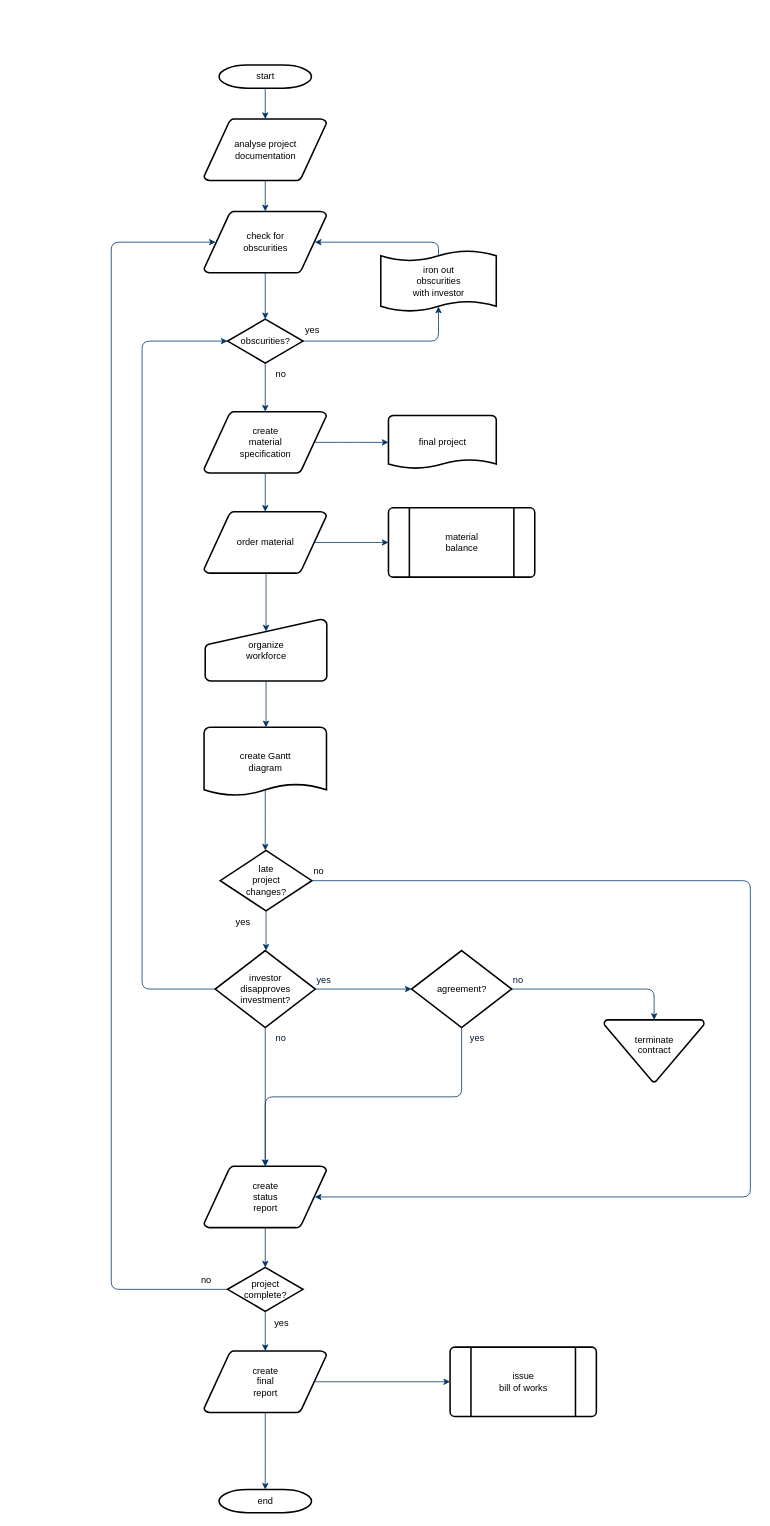
This is Untitled Diagram.drawio from petterkrupp/OnlineRepository, a draw.io file, before an edit. Source tidied: cells renumbered, new cells numbered last; positions are measured from the earlier drawing's top-left corner, leaving out a move shared by most shapes. Both pictures are drawn from the tidied source at 77%, with x=0, y=0 at pixel (111, 65).
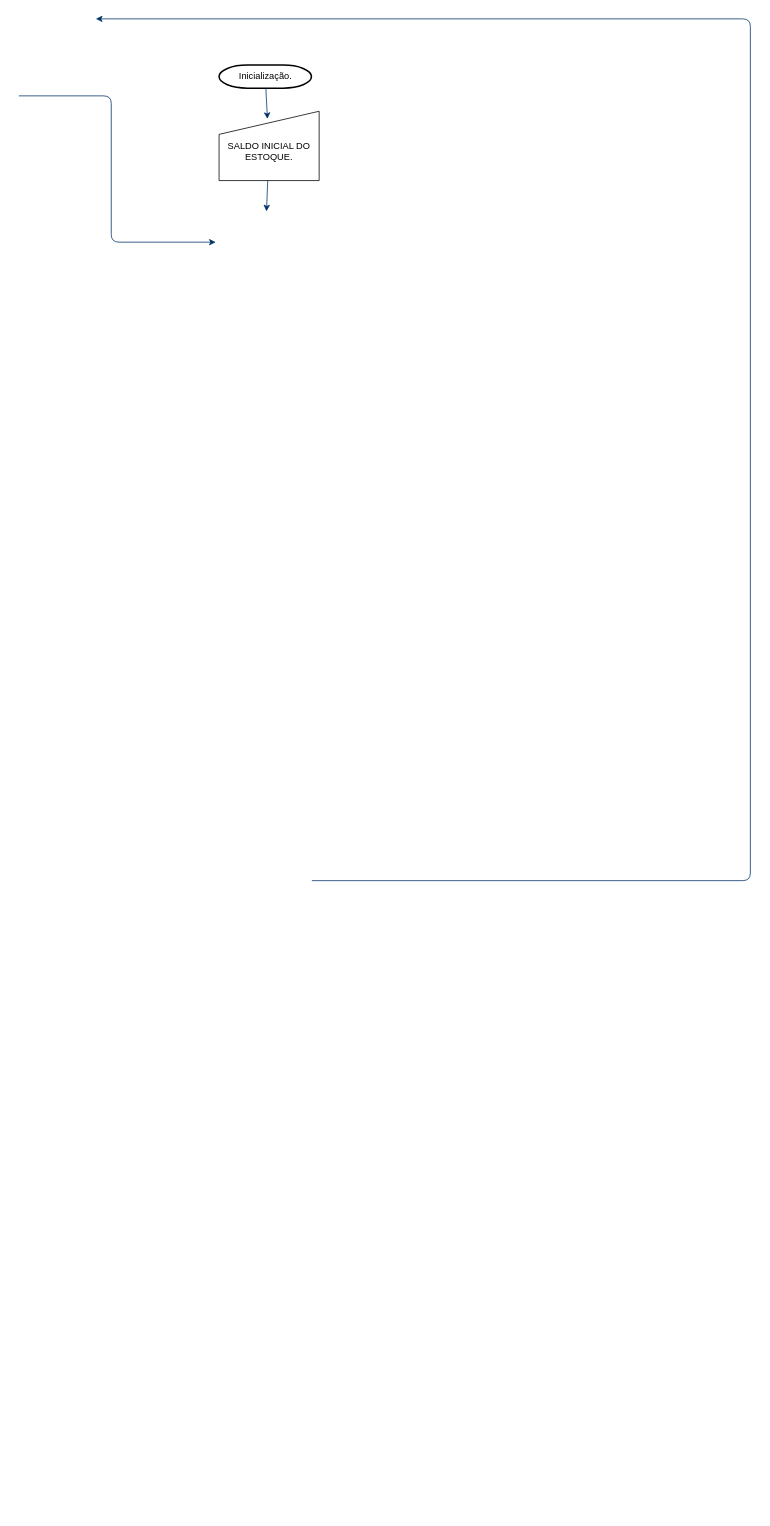
Above is the later version.

The edit, as a diff of the source:
```diff
@@
-    <mxCell id="2" value="start" style="shape=mxgraph.flowchart.terminator;strokeWidth=2;gradientColor=none;gradientDirection=north;fontStyle=0;html=1;" parent="1" vertex="1">
+    <mxCell id="2" value="Inicialização." style="shape=mxgraph.flowchart.terminator;strokeWidth=2;gradientColor=none;gradientDirection=north;fontStyle=0;html=1;" parent="1" vertex="1">
       <mxGeometry x="140" width="120" height="30" as="geometry" />
     </mxCell>
-    <mxCell id="3" value="analyse project&#10; documentation" style="shape=mxgraph.flowchart.data;strokeWidth=2;gradientColor=none;gradientDirection=north;fontStyle=0;html=1;" parent="1" vertex="1">
-      <mxGeometry x="120.5" y="70" width="159" height="80" as="geometry" />
-    </mxCell>
-    <mxCell id="4" value="create&#10;material&#10;specification" style="shape=mxgraph.flowchart.data;strokeWidth=2;gradientColor=none;gradientDirection=north;fontStyle=0;html=1;" parent="1" vertex="1">
-      <mxGeometry x="120.5" y="450" width="159" height="80" as="geometry" />
-    </mxCell>
-    <mxCell id="5" value="check for&#10;obscurities" style="shape=mxgraph.flowchart.data;strokeWidth=2;gradientColor=none;gradientDirection=north;fontStyle=0;html=1;" parent="1" vertex="1">
-      <mxGeometry x="120.5" y="190" width="159" height="80" as="geometry" />
-    </mxCell>
-    <mxCell id="6" value="obscurities?" style="shape=mxgraph.flowchart.decision;strokeWidth=2;gradientColor=none;gradientDirection=north;fontStyle=0;html=1;" parent="1" vertex="1">
-      <mxGeometry x="151" y="330" width="98" height="57" as="geometry" />
-    </mxCell>
-    <mxCell id="7" style="fontStyle=1;strokeColor=#003366;strokeWidth=1;html=1;" parent="1" edge="1" source="2" target="3">
-      <mxGeometry relative="1" as="geometry" />
+    <mxCell id="7" style="fontStyle=1;strokeColor=#003366;strokeWidth=1;html=1;" parent="1" edge="1" source="2">
+      <mxGeometry relative="1" as="geometry">
+        <mxPoint x="202.8" y="70" as="targetPoint" />
+      </mxGeometry>
     </mxCell>
-    <mxCell id="8" style="fontStyle=1;strokeColor=#003366;strokeWidth=1;html=1;" parent="1" edge="1" source="3" target="5">
-      <mxGeometry relative="1" as="geometry" />
+    <mxCell id="8" style="fontStyle=1;strokeColor=#003366;strokeWidth=1;html=1;" parent="1" edge="1">
+      <mxGeometry relative="1" as="geometry">
+        <mxPoint x="203.2" y="150" as="sourcePoint" />
+        <mxPoint x="201.6" y="190" as="targetPoint" />
+      </mxGeometry>
     </mxCell>
-    <mxCell id="9" style="entryX=0.5;entryY=0;entryPerimeter=0;fontStyle=1;strokeColor=#003366;strokeWidth=1;html=1;" parent="1" edge="1" source="5" target="6">
-      <mxGeometry relative="1" as="geometry" />
-    </mxCell>
-    <mxCell id="10" style="edgeStyle=elbowEdgeStyle;elbow=horizontal;entryX=0.5;entryY=0.91;entryPerimeter=0;exitX=1;exitY=0.5;exitPerimeter=0;fontStyle=1;strokeColor=#003366;strokeWidth=1;html=1;" parent="1" edge="1" source="6" target="51">
-      <mxGeometry x="381" y="28.5" as="geometry">
-        <Array as="points">
-          <mxPoint x="425" y="340" />
-        </Array>
-      </mxGeometry>
-    </mxCell>
-    <mxCell id="11" value="yes" style="text;fontStyle=0;html=1;strokeColor=none;gradientColor=none;fillColor=none;strokeWidth=2;" parent="1" vertex="1">
-      <mxGeometry x="250" y="330" width="40" height="26" as="geometry" />
-    </mxCell>
-    <mxCell id="12" style="edgeStyle=elbowEdgeStyle;elbow=horizontal;fontColor=#001933;fontStyle=1;strokeColor=#003366;strokeWidth=1;html=1;" parent="1" edge="1" source="6" target="4">
-      <mxGeometry as="geometry" />
-    </mxCell>
-    <mxCell id="13" value="order material" style="shape=mxgraph.flowchart.data;strokeWidth=2;gradientColor=none;gradientDirection=north;fontStyle=0;html=1;" parent="1" vertex="1">
-      <mxGeometry x="120.5" y="580" width="159" height="80" as="geometry" />
-    </mxCell>
-    <mxCell id="14" value="no" style="text;fontStyle=0;html=1;strokeColor=none;gradientColor=none;fillColor=none;strokeWidth=2;align=center;" parent="1" vertex="1">
-      <mxGeometry x="200" y="387" width="40" height="26" as="geometry" />
-    </mxCell>
-    <mxCell id="15" value="final project" style="shape=mxgraph.flowchart.document;strokeWidth=2;gradientColor=none;gradientDirection=north;fontStyle=0;html=1;" parent="1" vertex="1">
-      <mxGeometry x="360" y="455" width="140" height="70" as="geometry" />
-    </mxCell>
-    <mxCell id="16" style="edgeStyle=elbowEdgeStyle;elbow=horizontal;exitX=0.905;exitY=0.5;exitPerimeter=0;fontStyle=1;strokeColor=#003366;strokeWidth=1;html=1;" parent="1" edge="1" source="4" target="15">
-      <mxGeometry as="geometry" />
-    </mxCell>
-    <mxCell id="17" style="edgeStyle=elbowEdgeStyle;elbow=horizontal;fontStyle=1;strokeColor=#003366;strokeWidth=1;html=1;" parent="1" edge="1" source="4" target="13">
-      <mxGeometry as="geometry" />
-    </mxCell>
-    <mxCell id="18" value="material&#10;balance" style="shape=mxgraph.flowchart.predefined_process;strokeWidth=2;gradientColor=none;gradientDirection=north;fontStyle=0;html=1;" parent="1" vertex="1">
-      <mxGeometry x="360" y="575" width="190" height="90" as="geometry" />
-    </mxCell>
-    <mxCell id="19" style="edgeStyle=elbowEdgeStyle;elbow=horizontal;exitX=0.905;exitY=0.5;exitPerimeter=0;fontStyle=1;strokeColor=#003366;strokeWidth=1;html=1;" parent="1" edge="1" source="13" target="18">
-      <mxGeometry as="geometry" />
-    </mxCell>
-    <mxCell id="20" value="organize &#10;workforce" style="shape=mxgraph.flowchart.manual_input;strokeWidth=2;gradientColor=none;gradientDirection=north;fontStyle=0;html=1;" parent="1" vertex="1">
-      <mxGeometry x="122" y="720" width="158" height="80" as="geometry" />
-    </mxCell>
-    <mxCell id="21" style="edgeStyle=elbowEdgeStyle;elbow=horizontal;entryX=0.5;entryY=0.195;entryPerimeter=0;fontStyle=1;strokeColor=#003366;strokeWidth=1;html=1;" parent="1" edge="1" source="13" target="20">
-      <mxGeometry as="geometry" />
-    </mxCell>
-    <mxCell id="22" value="create Gantt&#10;diagram" style="shape=mxgraph.flowchart.document;strokeWidth=2;gradientColor=none;gradientDirection=north;fontStyle=0;html=1;" parent="1" vertex="1">
-      <mxGeometry x="120.5" y="860" width="159" height="90" as="geometry" />
-    </mxCell>
-    <mxCell id="23" style="edgeStyle=elbowEdgeStyle;elbow=horizontal;exitX=0.5;exitY=1;exitPerimeter=0;fontStyle=1;strokeColor=#003366;strokeWidth=1;html=1;" parent="1" edge="1" source="20" target="22">
-      <mxGeometry as="geometry" />
-    </mxCell>
-    <mxCell id="24" value="late&#10;project&#10;changes?" style="shape=mxgraph.flowchart.decision;strokeWidth=2;gradientColor=none;gradientDirection=north;fontStyle=0;html=1;" parent="1" vertex="1">
-      <mxGeometry x="141.5" y="1020" width="119" height="78.5" as="geometry" />
-    </mxCell>
-    <mxCell id="25" style="edgeStyle=elbowEdgeStyle;elbow=horizontal;exitX=0.5;exitY=0.9;exitPerimeter=0;fontStyle=1;strokeColor=#003366;strokeWidth=1;html=1;" parent="1" edge="1" source="22" target="24">
-      <mxGeometry as="geometry" />
-    </mxCell>
-    <mxCell id="26" style="edgeStyle=elbowEdgeStyle;elbow=horizontal;exitX=0;exitY=0.5;exitPerimeter=0;entryX=0;entryY=0.5;entryPerimeter=0;fontStyle=1;strokeColor=#003366;strokeWidth=1;html=1;" parent="1" edge="1" source="28" target="6">
-      <mxGeometry as="geometry">
-        <Array as="points">
-          <mxPoint x="40" y="790" />
-        </Array>
-      </mxGeometry>
-    </mxCell>
-    <mxCell id="27" value="yes" style="text;fontStyle=0;html=1;strokeColor=none;gradientColor=none;fillColor=none;strokeWidth=2;" parent="1" vertex="1">
-      <mxGeometry x="160" y="1098.5" width="40" height="26" as="geometry" />
-    </mxCell>
-    <mxCell id="28" value="investor&#10;disapproves&#10; investment?" style="shape=mxgraph.flowchart.decision;strokeWidth=2;gradientColor=none;gradientDirection=north;fontStyle=0;html=1;" parent="1" vertex="1">
-      <mxGeometry x="135" y="1150" width="130" height="100" as="geometry" />
-    </mxCell>
-    <mxCell id="29" value="agreement?" style="shape=mxgraph.flowchart.decision;strokeWidth=2;gradientColor=none;gradientDirection=north;fontStyle=0;html=1;" parent="1" vertex="1">
-      <mxGeometry x="390" y="1150" width="130" height="100" as="geometry" />
-    </mxCell>
-    <mxCell id="30" style="edgeStyle=elbowEdgeStyle;elbow=horizontal;exitX=0.5;exitY=1;exitPerimeter=0;fontStyle=1;strokeColor=#003366;strokeWidth=1;html=1;" parent="1" edge="1" source="24" target="28">
-      <mxGeometry as="geometry" />
-    </mxCell>
-    <mxCell id="31" style="edgeStyle=elbowEdgeStyle;elbow=horizontal;exitX=1;exitY=0.5;exitPerimeter=0;entryX=0;entryY=0.5;entryPerimeter=0;fontStyle=1;strokeColor=#003366;strokeWidth=1;html=1;" parent="1" edge="1" source="28" target="29">
-      <mxGeometry as="geometry" />
-    </mxCell>
-    <mxCell id="32" value="terminate&#10;contract&#10;" style="shape=mxgraph.flowchart.merge_or_storage;strokeWidth=2;gradientColor=none;gradientDirection=north;fontStyle=0;html=1;" parent="1" vertex="1">
-      <mxGeometry x="640" y="1240" width="130" height="80.5" as="geometry" />
-    </mxCell>
-    <mxCell id="33" style="edgeStyle=elbowEdgeStyle;elbow=vertical;exitX=1;exitY=0.5;exitPerimeter=0;entryX=0.5;entryY=0;entryPerimeter=0;fontStyle=1;strokeColor=#003366;strokeWidth=1;html=1;" parent="1" edge="1" source="29" target="32">
-      <mxGeometry as="geometry">
-        <Array as="points">
-          <mxPoint x="620" y="1200" />
-        </Array>
-      </mxGeometry>
-    </mxCell>
-    <mxCell id="34" value="create&#10;status&#10;report" style="shape=mxgraph.flowchart.data;strokeWidth=2;gradientColor=none;gradientDirection=north;fontStyle=0;html=1;" parent="1" vertex="1">
-      <mxGeometry x="120.5" y="1430" width="159" height="80" as="geometry" />
-    </mxCell>
-    <mxCell id="35" style="edgeStyle=elbowEdgeStyle;elbow=vertical;exitX=0.5;exitY=1;exitPerimeter=0;fontColor=#001933;fontStyle=1;strokeColor=#003366;strokeWidth=1;html=1;" parent="1" edge="1" source="28" target="34">
-      <mxGeometry as="geometry" />
-    </mxCell>
-    <mxCell id="36" style="edgeStyle=elbowEdgeStyle;elbow=vertical;exitX=0.5;exitY=1;exitPerimeter=0;entryX=0.5;entryY=0;entryPerimeter=0;fontStyle=1;strokeColor=#003366;strokeWidth=1;html=1;" parent="1" edge="1" source="29" target="34">
-      <mxGeometry as="geometry" />
-    </mxCell>
-    <mxCell id="37" value="project&#10;complete?" style="shape=mxgraph.flowchart.decision;strokeWidth=2;gradientColor=none;gradientDirection=north;fontStyle=0;html=1;" parent="1" vertex="1">
-      <mxGeometry x="151" y="1561.5" width="98" height="57" as="geometry" />
-    </mxCell>
-    <mxCell id="38" value="create&#10;final&#10;report" style="shape=mxgraph.flowchart.data;strokeWidth=2;gradientColor=none;gradientDirection=north;fontStyle=0;html=1;" parent="1" vertex="1">
-      <mxGeometry x="120.5" y="1670" width="159" height="80" as="geometry" />
-    </mxCell>
-    <mxCell id="39" value="issue&#10;bill of works" style="shape=mxgraph.flowchart.predefined_process;strokeWidth=2;gradientColor=none;gradientDirection=north;fontStyle=0;html=1;" parent="1" vertex="1">
-      <mxGeometry x="440" y="1665" width="190" height="90" as="geometry" />
-    </mxCell>
-    <mxCell id="40" value="end" style="shape=mxgraph.flowchart.terminator;strokeWidth=2;gradientColor=none;gradientDirection=north;fontStyle=0;html=1;" parent="1" vertex="1">
-      <mxGeometry x="140" y="1850" width="120" height="30" as="geometry" />
-    </mxCell>
-    <mxCell id="41" style="edgeStyle=elbowEdgeStyle;elbow=vertical;exitX=0.5;exitY=1;exitPerimeter=0;entryX=0.5;entryY=0;entryPerimeter=0;fontStyle=1;strokeColor=#003366;strokeWidth=1;html=1;" parent="1" edge="1" source="34" target="37">
-      <mxGeometry as="geometry" />
-    </mxCell>
-    <mxCell id="42" style="edgeStyle=elbowEdgeStyle;elbow=vertical;exitX=0.5;exitY=1;exitPerimeter=0;entryX=0.5;entryY=0;entryPerimeter=0;fontStyle=1;strokeColor=#003366;strokeWidth=1;html=1;" parent="1" edge="1" source="37" target="38">
-      <mxGeometry as="geometry" />
-    </mxCell>
-    <mxCell id="43" style="edgeStyle=elbowEdgeStyle;elbow=vertical;exitX=0.5;exitY=1;exitPerimeter=0;entryX=0.5;entryY=0;entryPerimeter=0;fontStyle=1;strokeColor=#003366;strokeWidth=1;html=1;" parent="1" edge="1" source="38" target="40">
-      <mxGeometry as="geometry" />
-    </mxCell>
-    <mxCell id="44" style="edgeStyle=elbowEdgeStyle;elbow=vertical;exitX=0.905;exitY=0.5;exitPerimeter=0;entryX=0;entryY=0.5;entryPerimeter=0;fontStyle=1;strokeColor=#003366;strokeWidth=1;html=1;" parent="1" edge="1" source="38" target="39">
-      <mxGeometry as="geometry" />
-    </mxCell>
-    <mxCell id="45" style="edgeStyle=elbowEdgeStyle;elbow=horizontal;exitX=1;exitY=0.5;exitPerimeter=0;entryX=0.905;entryY=0.5;entryPerimeter=0;fontStyle=1;strokeColor=#003366;strokeWidth=1;html=1;" parent="1" edge="1" source="24" target="34">
+    <mxCell id="45" style="edgeStyle=elbowEdgeStyle;elbow=horizontal;exitX=1;exitY=0.5;exitPerimeter=0;entryX=0.905;entryY=0.5;entryPerimeter=0;fontStyle=1;strokeColor=#003366;strokeWidth=1;html=1;" parent="1" edge="1">
       <mxGeometry as="geometry">
+        <mxPoint x="260.5" y="1059.2" as="sourcePoint" />
+        <mxPoint x="-20" y="-60" as="targetPoint" />
         <Array as="points">
           <mxPoint x="830" y="1260" />
         </Array>
       </mxGeometry>
     </mxCell>
-    <mxCell id="46" value="no" style="text;fontStyle=0;html=1;strokeColor=none;gradientColor=none;fillColor=none;strokeWidth=2;" parent="1" vertex="1">
-      <mxGeometry x="260.5" y="1033.2" width="40" height="26" as="geometry" />
-    </mxCell>
-    <mxCell id="47" value="yes" style="text;fontColor=#001933;fontStyle=0;html=1;strokeColor=none;gradientColor=none;fillColor=none;strokeWidth=2;" parent="1" vertex="1">
-      <mxGeometry x="265" y="1174" width="40" height="26" as="geometry" />
-    </mxCell>
-    <mxCell id="48" value="no" style="text;fontColor=#001933;fontStyle=0;html=1;strokeColor=none;gradientColor=none;fillColor=none;strokeWidth=2;align=center;" parent="1" vertex="1">
-      <mxGeometry x="200" y="1250" width="40" height="26" as="geometry" />
-    </mxCell>
-    <mxCell id="49" value="yes" style="text;fontColor=#001933;fontStyle=0;html=1;strokeColor=none;gradientColor=none;fillColor=none;strokeWidth=2;align=center;" parent="1" vertex="1">
-      <mxGeometry x="455" y="1250" width="40" height="26" as="geometry" />
-    </mxCell>
-    <mxCell id="50" value="no" style="text;fontColor=#001933;fontStyle=0;html=1;strokeColor=none;gradientColor=none;fillColor=none;strokeWidth=2;" parent="1" vertex="1">
-      <mxGeometry x="520" y="1174" width="40" height="26" as="geometry" />
-    </mxCell>
-    <mxCell id="51" value="iron out&#10;obscurities &#10;with investor" style="shape=mxgraph.flowchart.paper_tape;strokeWidth=2;gradientColor=none;gradientDirection=north;fontStyle=0;html=1;" parent="1" vertex="1">
-      <mxGeometry x="350" y="240" width="150" height="81" as="geometry" />
-    </mxCell>
-    <mxCell id="52" style="edgeStyle=elbowEdgeStyle;elbow=horizontal;exitX=0.5;exitY=0.09;exitPerimeter=0;entryX=0.905;entryY=0.5;entryPerimeter=0;fontStyle=1;strokeColor=#003366;strokeWidth=1;html=1;" parent="1" edge="1" source="51" target="5">
-      <mxGeometry as="geometry">
-        <Array as="points">
-          <mxPoint x="425" y="240" />
-        </Array>
-      </mxGeometry>
-    </mxCell>
-    <mxCell id="53" value="yes" style="text;fontStyle=0;html=1;strokeColor=none;gradientColor=none;fillColor=none;strokeWidth=2;align=center;" parent="1" vertex="1">
-      <mxGeometry x="201" y="1620" width="40" height="26" as="geometry" />
-    </mxCell>
-    <mxCell id="54" style="edgeStyle=elbowEdgeStyle;elbow=horizontal;exitX=0;exitY=0.5;exitPerimeter=0;entryX=0.095;entryY=0.5;entryPerimeter=0;fontStyle=1;strokeColor=#003366;strokeWidth=1;html=1;" parent="1" edge="1" source="37" target="5">
+    <mxCell id="54" style="edgeStyle=elbowEdgeStyle;elbow=horizontal;exitX=0;exitY=0.5;exitPerimeter=0;entryX=0.095;entryY=0.5;entryPerimeter=0;fontStyle=1;strokeColor=#003366;strokeWidth=1;html=1;" parent="1" edge="1">
       <mxGeometry as="geometry">
+        <mxPoint x="-120" y="40" as="sourcePoint" />
+        <mxPoint x="135.6" y="230" as="targetPoint" />
         <Array as="points">
           <mxPoint y="910" />
         </Array>
       </mxGeometry>
     </mxCell>
-    <mxCell id="55" value="no" style="text;fontStyle=0;html=1;strokeColor=none;gradientColor=none;fillColor=none;strokeWidth=2;" parent="1" vertex="1">
-      <mxGeometry x="115" y="1564" width="40" height="26" as="geometry" />
-    </mxCell>
+    <mxCell id="56" value="&lt;br&gt;SALDO INICIAL DO ESTOQUE." style="shape=manualInput;whiteSpace=wrap;html=1;" parent="1" vertex="1">
+      <mxGeometry x="140" y="60" width="130" height="90" as="geometry" />
+    </mxCell>
```
